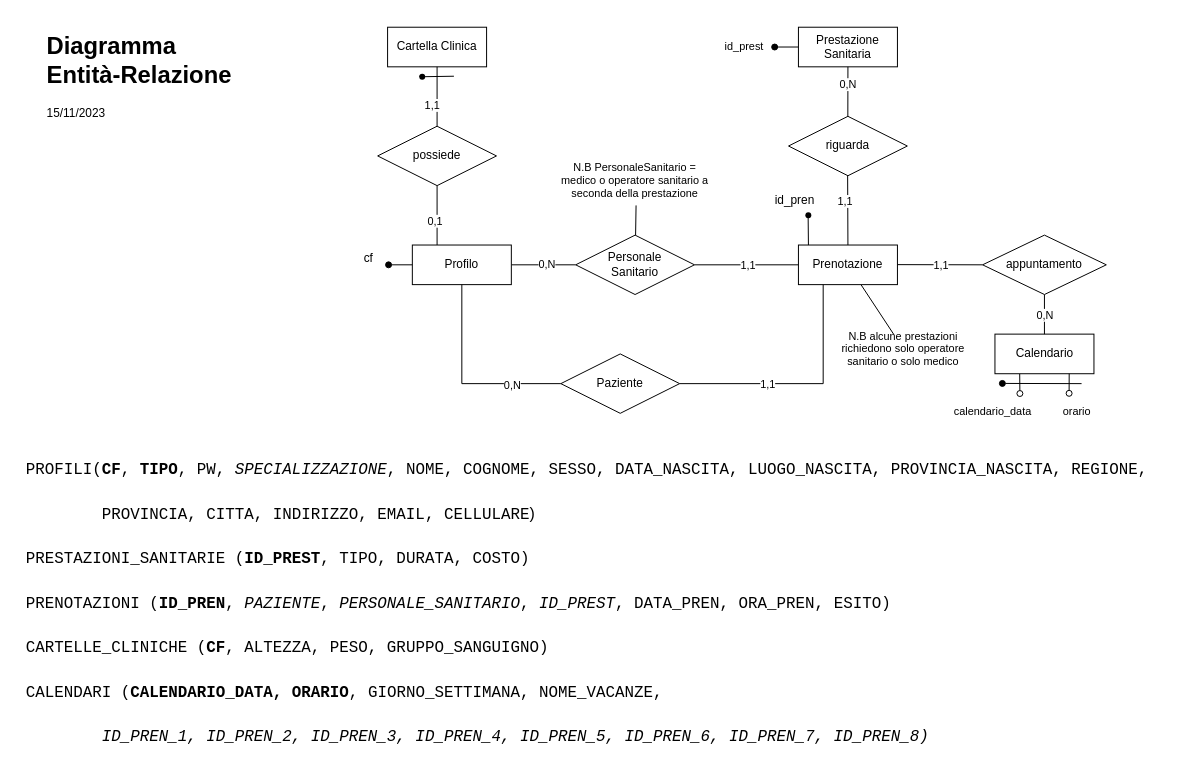
Above: DiagrammaER.drawio in IngSW-unipv/Progetto-D23 (draw.io), before the change. Source tidied: cells renumbered, new cells numbered last; positions are measured from the earlier drawing's top-left corner, leaving out a move shared by most shapes. Both pictures are drawn from the tidied source at 99%, with x=0, y=0 at pixel (42, 27).
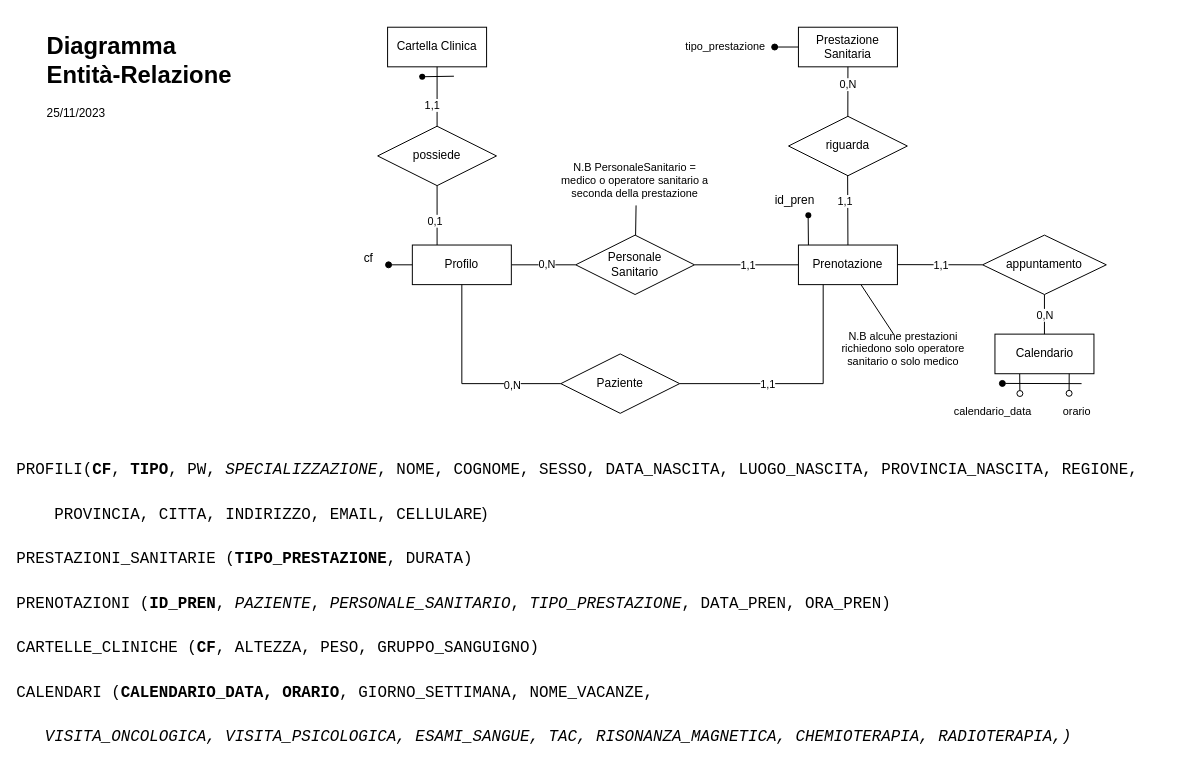
Above is the later version.

Commit message (it also covers changes not shown here):
eliminazione esito e aggiornamento prestazioni

The edit, as a diff of the source:
```diff
@@
-    <mxCell id="2" value="&lt;p style=&quot;line-height: 90%;&quot;&gt;&lt;/p&gt;&lt;pre style=&quot;text-align: left; line-height: 180%; font-size: 16px;&quot;&gt;&lt;font style=&quot;font-size: 16px;&quot;&gt;&lt;br&gt;&lt;font style=&quot;font-size: 16px;&quot;&gt;PROFILI(&lt;/font&gt;&lt;b style=&quot;background-color: initial; border-color: var(--border-color);&quot;&gt;CF&lt;/b&gt;&lt;span style=&quot;background-color: initial; border-color: var(--border-color);&quot;&gt;,&amp;nbsp;&lt;/span&gt;&lt;span style=&quot;background-color: initial;&quot;&gt;&lt;b&gt;TIPO&lt;/b&gt;,&lt;/span&gt; PW,&amp;nbsp;&lt;i&gt;SPECIALIZZAZIONE&lt;/i&gt;, &lt;span style=&quot;background-color: initial;&quot;&gt;NOME, COGNOME, SESSO, DATA_NASCITA, LUOGO_NASCITA, PROVINCIA_NASCITA,&amp;nbsp;&lt;/span&gt;&lt;span style=&quot;background-color: initial;&quot;&gt;REGIONE,&lt;span style=&quot;white-space: pre;&quot;&gt;&#9;&lt;/span&gt;&lt;/span&gt;&lt;/font&gt;&lt;/pre&gt;&lt;pre style=&quot;text-align: left; line-height: 180%; font-size: 16px;&quot;&gt;&lt;font style=&quot;font-size: 16px;&quot;&gt;&lt;span style=&quot;white-space: pre;&quot;&gt;&#9;&lt;/span&gt;PROVINCIA, CITTA, INDIRIZZO, EMAIL, CELLULARE&lt;span style=&quot;background-color: initial; font-family: Helvetica; white-space: normal;&quot;&gt;)&lt;/span&gt;&lt;/font&gt;&lt;/pre&gt;&lt;pre style=&quot;text-align: left; line-height: 180%; font-size: 16px;&quot;&gt;&lt;font style=&quot;font-size: 16px;&quot;&gt;&lt;span style=&quot;background-color: initial; border-color: var(--border-color);&quot;&gt;PRESTAZIONI_SANITARIE (&lt;b style=&quot;border-color: var(--border-color);&quot;&gt;ID_PREST&lt;/b&gt;, TIPO, DURATA, COSTO)&lt;span style=&quot;white-space: pre;&quot;&gt;&#9;&lt;/span&gt;&lt;br&gt;&lt;/span&gt;&lt;/font&gt;&lt;/pre&gt;&lt;pre style=&quot;text-align: left; line-height: 180%; font-size: 16px;&quot;&gt;&lt;font style=&quot;font-size: 16px;&quot;&gt;&lt;span style=&quot;background-color: initial; border-color: var(--border-color);&quot;&gt;PRENOTAZIONI (&lt;b style=&quot;border-color: var(--border-color);&quot;&gt;ID_PREN&lt;/b&gt;, &lt;i&gt;PAZIENTE&lt;/i&gt;, &lt;i&gt;PERSONALE_SANITARIO&lt;/i&gt;, &lt;i&gt;ID_PREST&lt;/i&gt;, DATA_PREN, ORA_PREN, ESITO)&lt;/span&gt;&lt;/font&gt;&lt;/pre&gt;&lt;pre style=&quot;text-align: left; line-height: 180%; font-size: 16px;&quot;&gt;&lt;font style=&quot;font-size: 16px;&quot;&gt;&lt;font style=&quot;font-size: 16px;&quot;&gt;CARTELLE_CLINICHE (&lt;b&gt;CF&lt;/b&gt;&lt;/font&gt;&lt;span style=&quot;background-color: initial;&quot;&gt;, ALTEZZA, PESO, GRUPPO_SANGUIGNO)&lt;/span&gt;&lt;/font&gt;&lt;/pre&gt;&lt;pre style=&quot;text-align: left; line-height: 180%; font-size: 16px;&quot;&gt;&lt;span style=&quot;background-color: initial;&quot;&gt;&lt;font style=&quot;font-size: 16px;&quot;&gt;CALENDARI (&lt;b style=&quot;&quot;&gt;CALENDARIO_DATA, ORARIO&lt;/b&gt;,&lt;b style=&quot;&quot;&gt;&amp;nbsp;&lt;/b&gt;GIORNO_SETTIMANA,&amp;nbsp;NOME_VACANZE, &lt;/font&gt;&lt;/span&gt;&lt;/pre&gt;&lt;pre style=&quot;text-align: left; line-height: 180%; font-size: 16px;&quot;&gt;&lt;font style=&quot;font-size: 16px;&quot;&gt;&lt;span style=&quot;background-color: initial;&quot;&gt;&lt;font style=&quot;font-size: 16px;&quot;&gt;&lt;i&gt;&lt;span style=&quot;white-space: pre;&quot;&gt;&#9;&lt;/span&gt;ID_PREN_1, ID_PREN_2, ID_PREN_3, I&lt;/i&gt;&lt;/font&gt;&lt;/span&gt;&lt;i style=&quot;background-color: initial;&quot;&gt;D_PREN_4, ID_PREN_5, ID_PREN_6, ID_PREN_7, ID_PREN_8)&lt;/i&gt;&lt;/font&gt;&lt;/pre&gt;&lt;p&gt;&lt;/p&gt;" style="text;html=1;strokeColor=none;fillColor=none;align=center;verticalAlign=middle;whiteSpace=wrap;rounded=0;" parent="1" vertex="1">
+    <mxCell id="2" value="&lt;p style=&quot;line-height: 90%;&quot;&gt;&lt;/p&gt;&lt;pre style=&quot;text-align: left; line-height: 180%; font-size: 16px;&quot;&gt;&lt;font style=&quot;font-size: 16px;&quot;&gt;&lt;br&gt;&lt;font style=&quot;font-size: 16px;&quot;&gt;PROFILI(&lt;/font&gt;&lt;b style=&quot;background-color: initial; border-color: var(--border-color);&quot;&gt;CF&lt;/b&gt;&lt;span style=&quot;background-color: initial; border-color: var(--border-color);&quot;&gt;,&amp;nbsp;&lt;/span&gt;&lt;span style=&quot;background-color: initial;&quot;&gt;&lt;b&gt;TIPO&lt;/b&gt;,&lt;/span&gt; PW,&amp;nbsp;&lt;i&gt;SPECIALIZZAZIONE&lt;/i&gt;, &lt;span style=&quot;background-color: initial;&quot;&gt;NOME, COGNOME, SESSO, DATA_NASCITA, LUOGO_NASCITA, PROVINCIA_NASCITA,&amp;nbsp;&lt;/span&gt;&lt;span style=&quot;background-color: initial;&quot;&gt;REGIONE,&lt;span style=&quot;&quot;&gt;&lt;span style=&quot;white-space: pre;&quot;&gt;&amp;nbsp;&amp;nbsp;&amp;nbsp;&amp;nbsp;&lt;/span&gt;&lt;/span&gt;&lt;/span&gt;&lt;/font&gt;&lt;/pre&gt;&lt;pre style=&quot;text-align: left; line-height: 180%; font-size: 16px;&quot;&gt;&lt;font style=&quot;font-size: 16px;&quot;&gt;&lt;span style=&quot;&quot;&gt;&lt;span style=&quot;white-space: pre;&quot;&gt;&amp;nbsp;&amp;nbsp;&amp;nbsp;&amp;nbsp;&lt;/span&gt;&lt;/span&gt;PROVINCIA, CITTA, INDIRIZZO, EMAIL, CELLULARE&lt;span style=&quot;background-color: initial; font-family: Helvetica;&quot;&gt;)&lt;/span&gt;&lt;/font&gt;&lt;/pre&gt;&lt;pre style=&quot;text-align: left; line-height: 180%; font-size: 16px;&quot;&gt;&lt;font style=&quot;font-size: 16px;&quot;&gt;&lt;span style=&quot;background-color: initial; border-color: var(--border-color);&quot;&gt;PRESTAZIONI_SANITARIE (&lt;b style=&quot;border-color: var(--border-color);&quot;&gt;TIPO_PRESTAZIONE&lt;/b&gt;, DURATA)&lt;span style=&quot;&quot;&gt;&lt;span style=&quot;white-space: pre;&quot;&gt;&amp;nbsp;&amp;nbsp;&amp;nbsp;&amp;nbsp;&lt;/span&gt;&lt;/span&gt;&lt;br&gt;&lt;/span&gt;&lt;/font&gt;&lt;/pre&gt;&lt;pre style=&quot;text-align: left; line-height: 180%; font-size: 16px;&quot;&gt;&lt;font style=&quot;font-size: 16px;&quot;&gt;&lt;span style=&quot;background-color: initial; border-color: var(--border-color);&quot;&gt;PRENOTAZIONI (&lt;b style=&quot;border-color: var(--border-color);&quot;&gt;ID_PREN&lt;/b&gt;, &lt;i&gt;PAZIENTE&lt;/i&gt;, &lt;i&gt;PERSONALE_SANITARIO&lt;/i&gt;, &lt;i&gt;TIPO_PRESTAZIONE&lt;/i&gt;, DATA_PREN, ORA_PREN)&lt;/span&gt;&lt;/font&gt;&lt;/pre&gt;&lt;pre style=&quot;text-align: left; line-height: 180%; font-size: 16px;&quot;&gt;&lt;font style=&quot;font-size: 16px;&quot;&gt;&lt;font style=&quot;font-size: 16px;&quot;&gt;CARTELLE_CLINICHE (&lt;b&gt;CF&lt;/b&gt;&lt;/font&gt;&lt;span style=&quot;background-color: initial;&quot;&gt;, ALTEZZA, PESO, GRUPPO_SANGUIGNO)&lt;/span&gt;&lt;/font&gt;&lt;/pre&gt;&lt;pre style=&quot;text-align: left; line-height: 180%; font-size: 16px;&quot;&gt;&lt;span style=&quot;background-color: initial;&quot;&gt;&lt;font style=&quot;font-size: 16px;&quot;&gt;CALENDARI (&lt;b style=&quot;&quot;&gt;CALENDARIO_DATA, ORARIO&lt;/b&gt;,&lt;b style=&quot;&quot;&gt;&amp;nbsp;&lt;/b&gt;GIORNO_SETTIMANA,&amp;nbsp;NOME_VACANZE, &lt;/font&gt;&lt;/span&gt;&lt;/pre&gt;&lt;pre style=&quot;text-align: left; line-height: 180%; font-size: 16px;&quot;&gt;&lt;font style=&quot;font-size: 16px;&quot;&gt;&lt;span style=&quot;font-size: 16px; background-color: initial;&quot;&gt;&lt;font style=&quot;font-size: 16px;&quot;&gt;&lt;i&gt;&lt;span style=&quot;&quot;&gt;&lt;span style=&quot;white-space: pre;&quot;&gt;&amp;nbsp;&amp;nbsp;&amp;nbsp;&lt;/span&gt;&lt;/span&gt;&lt;/i&gt;&lt;/font&gt;&lt;/span&gt;&lt;i&gt;VISITA_ONCOLOGICA, VISITA_PSICOLOGICA, ESAMI_SANGUE, TAC, RISONANZA_MAGNETICA, CHEMIOTERAPIA, RADIOTERAPIA,&lt;/i&gt;&lt;i style=&quot;background-color: initial;&quot;&gt;)&lt;/i&gt;&lt;/font&gt;&lt;/pre&gt;&lt;pre style=&quot;text-align: left; line-height: 180%; font-size: 16px;&quot;&gt;&lt;/pre&gt;&lt;p&gt;&lt;/p&gt;" style="text;html=1;strokeColor=none;fillColor=none;align=center;verticalAlign=middle;whiteSpace=wrap;rounded=0;" parent="1" vertex="1">
       <mxGeometry x="10" y="420" width="1100" height="296" as="geometry" />
     </mxCell>
@@
-    <mxCell id="47" value="id_prest" style="text;html=1;align=center;verticalAlign=middle;strokeColor=none;fillColor=none;fontSize=11;fontFamily=Helvetica;fontColor=default;" parent="1" vertex="1">
-      <mxGeometry x="679" y="5" width="60" height="30" as="geometry" />
+    <mxCell id="47" value="tipo_prestazione" style="text;html=1;align=center;verticalAlign=middle;strokeColor=none;fillColor=none;fontSize=11;fontFamily=Helvetica;fontColor=default;" parent="1" vertex="1">
+      <mxGeometry x="640" y="5" width="100" height="30" as="geometry" />
     </mxCell>
@@
-    <mxCell id="51" value="&lt;h1&gt;Diagramma Entità-Relazione&lt;/h1&gt;&lt;p&gt;15/11/2023&lt;/p&gt;" style="text;html=1;strokeColor=none;fillColor=none;spacing=5;spacingTop=-20;whiteSpace=wrap;overflow=hidden;rounded=0;" parent="1" vertex="1">
+    <mxCell id="51" value="&lt;h1&gt;Diagramma Entità-Relazione&lt;/h1&gt;&lt;p&gt;25/11/2023&lt;/p&gt;" style="text;html=1;strokeColor=none;fillColor=none;spacing=5;spacingTop=-20;whiteSpace=wrap;overflow=hidden;rounded=0;" parent="1" vertex="1">
       <mxGeometry width="200" height="110" as="geometry" />
     </mxCell>
```
